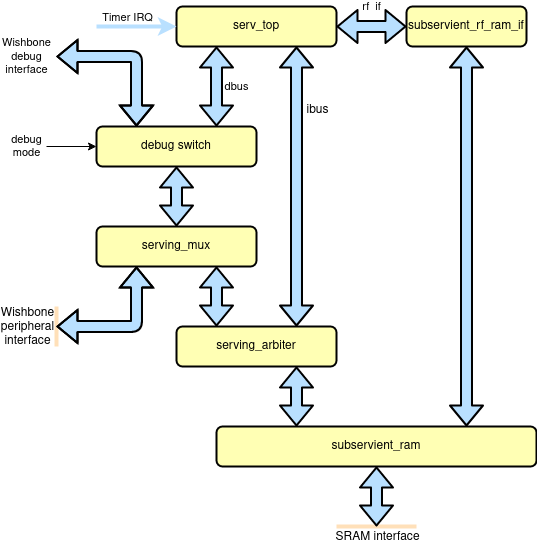
The draw.io diagram doc/subservient_core.png in olofk/subservient, before a commit. Source tidied: cells renumbered, new cells last; positions are measured from the earlier drawing's top-left corner, leaving out a move shared by most shapes.
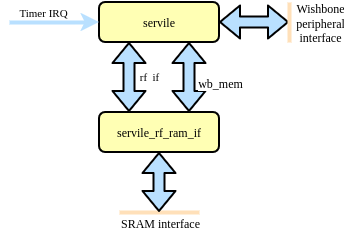
After the commit.

What changed in the source:
```diff
@@ -2,18 +2,13 @@
   <root>
     <mxCell id="0" />
     <mxCell id="1" parent="0" />
-    <mxCell id="2" value="serv_top" style="rounded=1;whiteSpace=wrap;html=1;fillColor=#FFFFb4;strokeWidth=2;fontFamily=Helvetica;" parent="1" vertex="1">
-      <mxGeometry x="130" width="160" height="40" as="geometry" />
+    <mxCell id="2" value="servile" style="rounded=1;whiteSpace=wrap;html=1;fillColor=#FFFFb4;strokeWidth=2;fontFamily=Helvetica;" parent="1" vertex="1">
+      <mxGeometry x="140" width="120" height="40" as="geometry" />
     </mxCell>
-    <mxCell id="3" value="dbus" style="shape=flexArrow;endArrow=classic;html=1;strokeColor=#000000;strokeWidth=2;fontFamily=Helvetica;fillColor=#b9e0FF;startArrow=block;exitX=0.25;exitY=1;exitDx=0;exitDy=0;" parent="1" edge="1" source="2">
-      <mxGeometry y="20" relative="1" as="geometry">
-        <mxPoint x="170" y="120" as="targetPoint" />
-      </mxGeometry>
-    </mxCell>
     <mxCell id="4" style="endArrow=none;html=1;strokeColor=#FFE0B9;strokeWidth=4;fillColor=#b9e0FF;fontFamily=Helvetica;" parent="1" edge="1">
       <mxGeometry relative="1" as="geometry">
-        <mxPoint x="370" y="520" as="sourcePoint" />
-        <mxPoint x="290" y="520" as="targetPoint" />
+        <mxPoint x="240" y="210" as="sourcePoint" />
+        <mxPoint x="160" y="210" as="targetPoint" />
       </mxGeometry>
     </mxCell>
     <mxCell id="5" value="SRAM interface" style="text;html=1;align=center;verticalAlign=middle;labelBackgroundColor=#ffffff;fontFamily=Helvetica;" parent="4" vertex="1">
@@ -21,37 +16,18 @@
         <mxPoint x="-19" y="10" as="offset" />
       </mxGeometry>
     </mxCell>
-    <mxCell id="6" value="&lt;div&gt;Wishbone&lt;/div&gt;&lt;div&gt;peripheral&lt;/div&gt;&lt;div&gt;interface&lt;/div&gt;" style="text;html=1;align=center;verticalAlign=middle;labelBackgroundColor=#ffffff;fontFamily=Helvetica;" parent="4" vertex="1">
-      <mxGeometry x="-0.48" relative="1" as="geometry">
-        <mxPoint x="-369" y="-200" as="offset" />
-      </mxGeometry>
-    </mxCell>
-    <mxCell id="7" value="subservient_rf_ram_if" style="rounded=1;whiteSpace=wrap;html=1;fillColor=#FFFFb4;strokeWidth=2;fontFamily=Helvetica;" parent="1" vertex="1">
-      <mxGeometry x="360" width="120" height="40" as="geometry" />
+    <mxCell id="7" value="servile_rf_ram_if" style="rounded=1;whiteSpace=wrap;html=1;fillColor=#FFFFb4;strokeWidth=2;fontFamily=Helvetica;" parent="1" vertex="1">
+      <mxGeometry x="140" y="110" width="120" height="40" as="geometry" />
     </mxCell>
-    <mxCell id="8" value="subservient_ram" style="rounded=1;whiteSpace=wrap;html=1;fillColor=#FFFFb4;strokeWidth=2;fontFamily=Helvetica;" parent="1" vertex="1">
-      <mxGeometry x="170" y="420" width="320" height="40" as="geometry" />
-    </mxCell>
-    <mxCell id="9" style="shape=flexArrow;endArrow=classic;html=1;strokeColor=#000000;strokeWidth=2;fontFamily=Helvetica;fillColor=#b9e0FF;startArrow=block;exitX=0.5;exitY=1;exitDx=0;exitDy=0;" parent="1" edge="1" source="7">
-      <mxGeometry relative="1" as="geometry">
-        <mxPoint x="420" y="420" as="targetPoint" />
-      </mxGeometry>
-    </mxCell>
-    <mxCell id="10" value="rf&amp;nbsp; if" style="shape=flexArrow;endArrow=classic;html=1;strokeColor=#000000;strokeWidth=2;fontFamily=Helvetica;fillColor=#b9e0FF;startArrow=block;exitX=1;exitY=0.5;exitDx=0;exitDy=0;entryX=0;entryY=0.5;entryDx=0;entryDy=0;" parent="1" edge="1" source="2" target="7">
+    <mxCell id="10" value="rf&amp;nbsp; if" style="shape=flexArrow;endArrow=classic;html=1;strokeColor=#000000;strokeWidth=2;fontFamily=Helvetica;fillColor=#b9e0FF;startArrow=block;exitX=0.25;exitY=1;exitDx=0;exitDy=0;entryX=0.25;entryY=0;entryDx=0;entryDy=0;" parent="1" edge="1" source="2" target="7">
       <mxGeometry y="20" relative="1" as="geometry" />
     </mxCell>
-    <mxCell id="11" style="endArrow=none;html=1;strokeColor=#FFE0B9;strokeWidth=4;fillColor=#b9e0FF;fontFamily=Helvetica;" parent="1" edge="1">
-      <mxGeometry relative="1" as="geometry">
-        <mxPoint x="10" y="340" as="sourcePoint" />
-        <mxPoint x="10" y="300" as="targetPoint" />
-      </mxGeometry>
-    </mxCell>
-    <mxCell id="12" style="shape=flexArrow;endArrow=classic;html=1;strokeColor=#000000;strokeWidth=2;fontFamily=Helvetica;fillColor=#b9e0FF;exitX=0.75;exitY=1;exitDx=0;exitDy=0;startArrow=block;entryX=0.75;entryY=0;entryDx=0;entryDy=0;" parent="1" edge="1" source="2" target="16">
+    <mxCell id="12" style="shape=flexArrow;endArrow=classic;html=1;strokeColor=#000000;strokeWidth=2;fontFamily=Helvetica;fillColor=#b9e0FF;startArrow=block;entryX=0.75;entryY=1;entryDx=0;entryDy=0;exitX=0.75;exitY=0;exitDx=0;exitDy=0;" parent="1" edge="1" source="7" target="2">
       <mxGeometry relative="1" as="geometry" />
     </mxCell>
-    <mxCell id="13" value="ibus" style="text;html=1;align=center;verticalAlign=middle;labelBackgroundColor=#ffffff;fontFamily=Helvetica;" parent="12" vertex="1">
+    <mxCell id="13" value="wb_mem" style="text;html=1;align=center;verticalAlign=middle;labelBackgroundColor=#ffffff;fontFamily=Helvetica;" parent="12" vertex="1">
       <mxGeometry x="-0.62" y="-6" relative="1" as="geometry">
-        <mxPoint x="26" y="10" as="offset" />
+        <mxPoint x="24" y="-17" as="offset" />
       </mxGeometry>
     </mxCell>
     <mxCell id="14" style="endArrow=classic;html=1;strokeWidth=4;strokeColor=#B9E0FF;entryX=0;entryY=0.5;entryDx=0;entryDy=0;" parent="1" edge="1" target="2">
@@ -64,51 +40,27 @@
         <mxPoint x="7" y="-15" as="offset" />
       </mxGeometry>
     </mxCell>
-    <mxCell id="16" value="serving_arbiter" style="rounded=1;whiteSpace=wrap;html=1;fillColor=#FFFFb4;strokeWidth=2;fontFamily=Helvetica;" parent="1" vertex="1">
-      <mxGeometry x="130" y="320" width="160" height="40" as="geometry" />
-    </mxCell>
-    <mxCell id="17" value="serving_mux" style="rounded=1;whiteSpace=wrap;html=1;fillColor=#FFFFb4;strokeWidth=2;fontFamily=Helvetica;" parent="1" vertex="1">
-      <mxGeometry x="50" y="220" width="160" height="40" as="geometry" />
-    </mxCell>
-    <mxCell id="18" style="shape=flexArrow;endArrow=classic;html=1;strokeColor=#000000;strokeWidth=2;fontFamily=Helvetica;fillColor=#b9e0FF;startArrow=block;exitX=0.75;exitY=1;exitDx=0;exitDy=0;entryX=0.25;entryY=0;entryDx=0;entryDy=0;" parent="1" edge="1" source="17" target="16">
-      <mxGeometry relative="1" as="geometry" />
-    </mxCell>
-    <mxCell id="19" style="shape=flexArrow;endArrow=classic;html=1;strokeColor=#000000;strokeWidth=2;fontFamily=Helvetica;fillColor=#b9e0FF;startArrow=block;exitX=0.25;exitY=1;exitDx=0;exitDy=0;" parent="1" edge="1" source="17">
+    <mxCell id="19" style="shape=flexArrow;endArrow=classic;html=1;strokeColor=#000000;strokeWidth=2;fontFamily=Helvetica;fillColor=#b9e0FF;startArrow=block;exitX=1;exitY=0.5;exitDx=0;exitDy=0;" parent="1" edge="1" source="2">
       <mxGeometry relative="1" as="geometry">
-        <mxPoint x="10" y="320" as="targetPoint" />
-        <Array as="points">
-          <mxPoint x="90" y="320" />
-        </Array>
+        <mxPoint x="330" y="20" as="targetPoint" />
       </mxGeometry>
     </mxCell>
-    <mxCell id="20" style="shape=flexArrow;endArrow=classic;html=1;strokeColor=#000000;strokeWidth=2;fontFamily=Helvetica;fillColor=#b9e0FF;entryX=0.25;entryY=0;entryDx=0;entryDy=0;startArrow=block;exitX=0.75;exitY=1;exitDx=0;exitDy=0;" parent="1" edge="1" source="16" target="8">
-      <mxGeometry relative="1" as="geometry" />
-    </mxCell>
-    <mxCell id="21" style="shape=flexArrow;endArrow=classic;html=1;strokeColor=#000000;strokeWidth=2;fontFamily=Helvetica;fillColor=#b9e0FF;startArrow=block;exitX=0.5;exitY=1;exitDx=0;exitDy=0;" parent="1" edge="1" source="8">
+    <mxCell id="21" style="shape=flexArrow;endArrow=classic;html=1;strokeColor=#000000;strokeWidth=2;fontFamily=Helvetica;fillColor=#b9e0FF;startArrow=block;exitX=0.5;exitY=1;exitDx=0;exitDy=0;" parent="1" edge="1">
       <mxGeometry relative="1" as="geometry">
-        <mxPoint x="330" y="520" as="targetPoint" />
+        <mxPoint x="200" y="150" as="sourcePoint" />
+        <mxPoint x="200" y="210" as="targetPoint" />
       </mxGeometry>
     </mxCell>
-    <mxCell id="22" value="debug switch" style="rounded=1;whiteSpace=wrap;html=1;fillColor=#FFFFb4;strokeWidth=2;fontFamily=Helvetica;" parent="1" vertex="1">
-      <mxGeometry x="50" y="120" width="160" height="40" as="geometry" />
-    </mxCell>
-    <mxCell id="23" style="shape=flexArrow;endArrow=classic;html=1;strokeColor=#000000;strokeWidth=2;fontFamily=Helvetica;fillColor=#b9e0FF;startArrow=block;exitX=0.5;exitY=1;exitDx=0;exitDy=0;entryX=0.5;entryY=0;entryDx=0;entryDy=0;" parent="1" edge="1" source="22" target="17">
-      <mxGeometry relative="1" as="geometry" />
-    </mxCell>
-    <mxCell id="24" value="&lt;div&gt;Wishbone&lt;/div&gt;&lt;div&gt;debug&lt;/div&gt;&lt;div&gt;interface&lt;/div&gt;" style="shape=flexArrow;endArrow=classic;html=1;strokeColor=#000000;strokeWidth=2;fontFamily=Helvetica;fillColor=#b9e0FF;startArrow=block;exitX=0.25;exitY=0;exitDx=0;exitDy=0;" parent="1" edge="1" source="22">
-      <mxGeometry x="1" y="30" relative="1" as="geometry">
-        <mxPoint x="10" y="50" as="targetPoint" />
-        <Array as="points">
-          <mxPoint x="90" y="50" />
-        </Array>
-        <mxPoint x="-30" y="-30" as="offset" />
-      </mxGeometry>
-    </mxCell>
-    <mxCell id="25" value="&lt;div&gt;debug&lt;/div&gt;&lt;div&gt;mode&lt;/div&gt;" style="endArrow=classic;html=1;entryX=0;entryY=0.5;entryDx=0;entryDy=0;" parent="1" edge="1" target="22">
-      <mxGeometry x="-1" y="-20" relative="1" as="geometry">
-        <mxPoint y="140" as="sourcePoint" />
-        <mxPoint x="-20" y="-20" as="offset" />
-      </mxGeometry>
-    </mxCell>
+    <mxCell id="26" style="endArrow=none;html=1;strokeColor=#FFE0B9;strokeWidth=4;fillColor=#b9e0FF;fontFamily=Helvetica;" parent="1" edge="1">
+      <mxGeometry relative="1" as="geometry">
+        <mxPoint x="330" y="40" as="sourcePoint" />
+        <mxPoint x="330" as="targetPoint" />
+      </mxGeometry>
+    </mxCell>
+    <mxCell id="6" value="&lt;div&gt;Wishbone&lt;/div&gt;&lt;div&gt;peripheral&lt;/div&gt;&lt;div&gt;interface&lt;/div&gt;" style="text;html=1;align=center;verticalAlign=middle;labelBackgroundColor=none;fontFamily=Helvetica;" parent="26" vertex="1">
+      <mxGeometry x="-0.48" relative="1" as="geometry">
+        <mxPoint x="30" y="-10" as="offset" />
+      </mxGeometry>
+    </mxCell>
   </root>
 </mxGraphModel>
```
